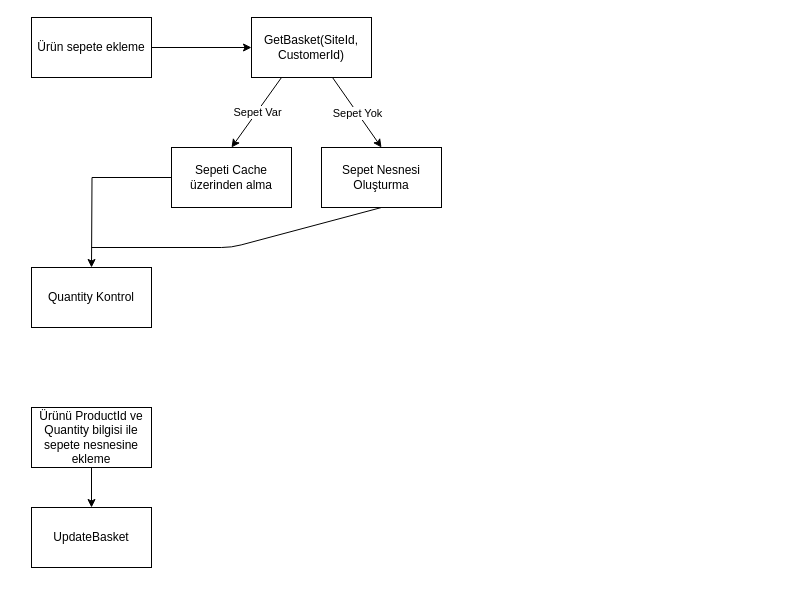
This is Untitled Diagram.drawio from OedV/Schemas, a draw.io file, before an edit. Source tidied: cells renumbered, new cells numbered last; positions are measured from the earlier drawing's top-left corner, leaving out a move shared by most shapes. Both pictures are drawn from the tidied source at 100%, with x=0, y=0 at pixel (31, 17).
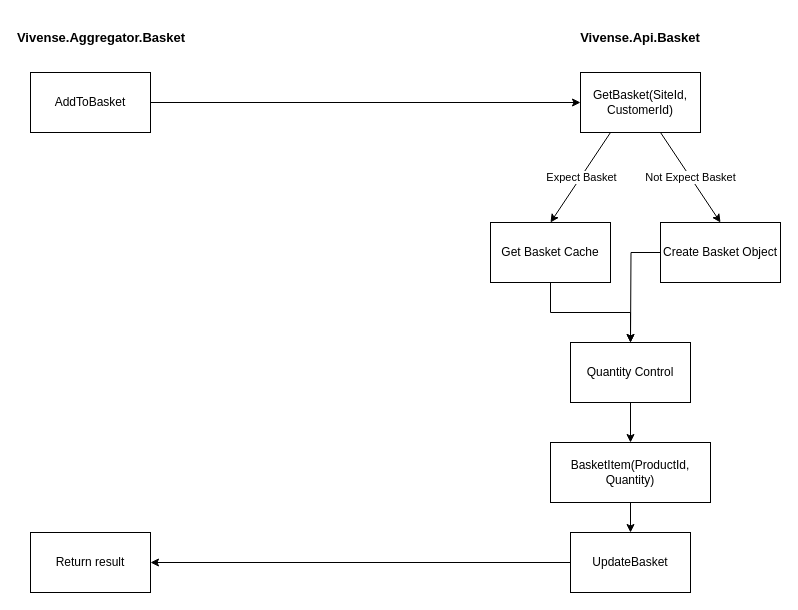
After the change.

The change refers to these unchanged cells:
```xml
<mxCell id="7" style="endArrow=classic;html=1;entryX=0.5;entryY=0;entryDx=0;entryDy=0;exitX=0.25;exitY=1;exitDx=0;exitDy=0;" parent="1" edge="1" source="14" target="5">
  <mxGeometry relative="1" as="geometry" />
</mxCell>
<mxCell id="9" style="endArrow=classic;html=1;entryX=0.5;entryY=0;entryDx=0;entryDy=0;" parent="1" edge="1" source="14" target="6">
  <mxGeometry relative="1" as="geometry" />
</mxCell>
```

Change to the diagram source:
```diff
@@
-    <mxCell id="3" value="Ürün sepete ekleme" style="rounded=0;whiteSpace=wrap;html=1;" parent="1" vertex="1">
-      <mxGeometry width="120" height="60" as="geometry" />
+    <mxCell id="3" value="AddToBasket" style="rounded=0;whiteSpace=wrap;html=1;" parent="1" vertex="1">
+      <mxGeometry x="-1" y="55" width="120" height="60" as="geometry" />
     </mxCell>
-    <mxCell id="4" style="edgeStyle=orthogonalEdgeStyle;rounded=0;jettySize=auto;html=1;" parent="1" edge="1" source="5">
-      <mxGeometry relative="1" as="geometry">
-        <mxPoint x="60" y="250" as="targetPoint" />
-      </mxGeometry>
-    </mxCell>
+    <mxCell id="17" style="edgeStyle=orthogonalEdgeStyle;rounded=0;jettySize=auto;html=1;" parent="1" edge="1" source="5" target="16">
+      <mxGeometry relative="1" as="geometry" />
+    </mxCell>
-    <mxCell id="5" value="&lt;span&gt;Sepeti Cache üzerinden alma&lt;/span&gt;" style="rounded=0;whiteSpace=wrap;html=1;" parent="1" vertex="1">
-      <mxGeometry x="140" y="130" width="120" height="60" as="geometry" />
+    <mxCell id="5" value="&lt;span&gt;Get Basket Cache&lt;/span&gt;" style="rounded=0;whiteSpace=wrap;html=1;" parent="1" vertex="1">
+      <mxGeometry x="459" y="205" width="120" height="60" as="geometry" />
     </mxCell>
+    <mxCell id="18" style="edgeStyle=orthogonalEdgeStyle;rounded=0;jettySize=auto;html=1;" parent="1" edge="1" source="6">
+      <mxGeometry relative="1" as="geometry">
+        <mxPoint x="599" y="325" as="targetPoint" />
+      </mxGeometry>
+    </mxCell>
-    <mxCell id="6" value="&lt;span&gt;Sepet Nesnesi Oluşturma&lt;/span&gt;" style="rounded=0;whiteSpace=wrap;html=1;" parent="1" vertex="1">
-      <mxGeometry x="290" y="130" width="120" height="60" as="geometry" />
+    <mxCell id="6" value="&lt;span&gt;Create Basket Object&lt;/span&gt;" style="rounded=0;whiteSpace=wrap;html=1;" parent="1" vertex="1">
+      <mxGeometry x="629" y="205" width="120" height="60" as="geometry" />
     </mxCell>
@@
-    <mxCell id="8" value="Sepet Var" style="edgeLabel;html=1;align=center;verticalAlign=middle;" parent="7" vertex="1">
+    <mxCell id="8" value="Expect Basket" style="edgeLabel;html=1;align=center;verticalAlign=middle;" parent="7" vertex="1">
       <mxGeometry relative="1" as="geometry" />
     </mxCell>
@@
-    <mxCell id="10" value="Sepet Yok" style="edgeLabel;html=1;align=center;verticalAlign=middle;" parent="9" vertex="1">
+    <mxCell id="10" value="Not Expect Basket" style="edgeLabel;html=1;align=center;verticalAlign=middle;" parent="9" vertex="1">
       <mxGeometry relative="1" as="geometry" />
     </mxCell>
@@
-    <mxCell id="12" value="Ürünü ProductId ve Quantity bilgisi ile sepete nesnesine ekleme" style="rounded=0;whiteSpace=wrap;html=1;" parent="1" vertex="1">
-      <mxGeometry y="390" width="120" height="60" as="geometry" />
+    <mxCell id="12" value="BasketItem(ProductId, Quantity)" style="rounded=0;whiteSpace=wrap;html=1;" parent="1" vertex="1">
+      <mxGeometry x="519" y="425" width="160" height="60" as="geometry" />
     </mxCell>
+    <mxCell id="19" style="edgeStyle=orthogonalEdgeStyle;rounded=0;jettySize=auto;html=1;entryX=1;entryY=0.5;entryDx=0;entryDy=0;" parent="1" edge="1" source="13" target="21">
+      <mxGeometry relative="1" as="geometry" />
+    </mxCell>
     <mxCell id="13" value="UpdateBasket" style="rounded=0;whiteSpace=wrap;html=1;" parent="1" vertex="1">
-      <mxGeometry y="490" width="120" height="60" as="geometry" />
+      <mxGeometry x="539" y="515" width="120" height="60" as="geometry" />
     </mxCell>
     <mxCell id="14" value="GetBasket(SiteId, CustomerId)" style="rounded=0;whiteSpace=wrap;html=1;" parent="1" vertex="1">
-      <mxGeometry x="220" width="120" height="60" as="geometry" />
+      <mxGeometry x="549" y="55" width="120" height="60" as="geometry" />
     </mxCell>
-    <mxCell id="15" style="endArrow=none;html=1;entryX=0.5;entryY=1;entryDx=0;entryDy=0;" parent="1" edge="1" target="6">
-      <mxGeometry relative="1" as="geometry">
-        <mxPoint x="60" y="230" as="sourcePoint" />
-        <Array as="points">
-          <mxPoint x="200" y="230" />
-        </Array>
-      </mxGeometry>
-    </mxCell>
+    <mxCell id="20" style="edgeStyle=orthogonalEdgeStyle;rounded=0;jettySize=auto;html=1;entryX=0.5;entryY=0;entryDx=0;entryDy=0;" parent="1" edge="1" source="16" target="12">
+      <mxGeometry relative="1" as="geometry" />
+    </mxCell>
-    <mxCell id="16" value="Quantity Kontrol" style="rounded=0;whiteSpace=wrap;html=1;" parent="1" vertex="1">
-      <mxGeometry y="250" width="120" height="60" as="geometry" />
+    <mxCell id="16" value="Quantity Control" style="rounded=0;whiteSpace=wrap;html=1;" parent="1" vertex="1">
+      <mxGeometry x="539" y="325" width="120" height="60" as="geometry" />
     </mxCell>
+    <mxCell id="21" value="Return result" style="rounded=0;whiteSpace=wrap;html=1;" parent="1" vertex="1">
+      <mxGeometry x="-1" y="515" width="120" height="60" as="geometry" />
+    </mxCell>
+    <mxCell id="22" value="Vivense.Aggregator.Basket" style="text;html=1;strokeColor=none;fillColor=none;align=center;verticalAlign=middle;whiteSpace=wrap;rounded=0;fontStyle=1;fontSize=13;" parent="1" vertex="1">
+      <mxGeometry x="-10" y="10" width="159.5" height="20" as="geometry" />
+    </mxCell>
+    <mxCell id="23" value="Vivense.Api.Basket" style="text;html=1;strokeColor=none;fillColor=none;align=center;verticalAlign=middle;whiteSpace=wrap;rounded=0;fontSize=13;fontStyle=1;" parent="1" vertex="1">
+      <mxGeometry x="529.2" y="10" width="159.5" height="20" as="geometry" />
+    </mxCell>
```
